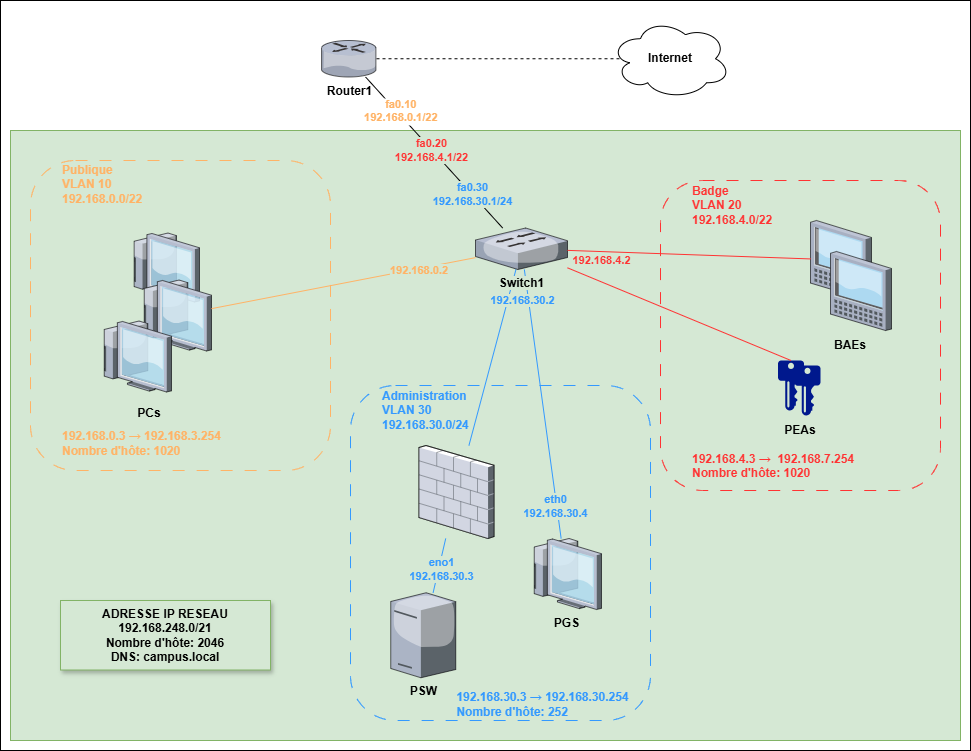
Before: PartieCommune/Reseau/InfraReseau(finale).png, a diagram exported from draw.io (RobinMartineau/Acc-s-campus-). Source tidied: cells renumbered, new cells last; positions are measured from the earlier drawing's top-left corner, leaving out a move shared by most shapes. The source it was exported from:
```xml
<mxGraphModel>
  <root>
    <mxCell id="0" />
    <mxCell id="1" parent="0" />
    <mxCell id="2" style="rounded=0;whiteSpace=wrap;html=1;" parent="1" vertex="1">
      <mxGeometry width="970" height="750" as="geometry" />
    </mxCell>
    <mxCell id="3" style="rounded=0;whiteSpace=wrap;html=1;fillColor=#d5e8d4;strokeColor=#82b366;" parent="1" vertex="1">
      <mxGeometry x="10" y="130" width="950" height="610" as="geometry" />
    </mxCell>
    <mxCell id="4" style="rounded=1;whiteSpace=wrap;html=1;fillColor=none;dashed=1;dashPattern=12 12;strokeColor=#FFB366;" parent="1" vertex="1">
      <mxGeometry x="30" y="160" width="300" height="310" as="geometry" />
    </mxCell>
    <mxCell id="5" style="rounded=1;whiteSpace=wrap;html=1;fillColor=none;dashed=1;dashPattern=12 12;strokeColor=#3399FF;" parent="1" vertex="1">
      <mxGeometry x="350" y="385" width="300" height="335" as="geometry" />
    </mxCell>
    <mxCell id="6" style="rounded=1;whiteSpace=wrap;html=1;dashed=1;dashPattern=12 12;fillColor=none;strokeColor=#FF3333;fontStyle=0;strokeWidth=1;perimeterSpacing=0;" parent="1" vertex="1">
      <mxGeometry x="660" y="180" width="280" height="310" as="geometry" />
    </mxCell>
    <mxCell id="7" style="shadow=0;dashed=0;html=1;strokeColor=none;labelPosition=center;verticalLabelPosition=bottom;verticalAlign=top;align=center;fillColor=#00188D;shape=mxgraph.mscae.enterprise.key_permissions;" parent="1" vertex="1">
      <mxGeometry x="777.5" y="360" width="26" height="50" as="geometry" />
    </mxCell>
    <mxCell id="8" value="&lt;b&gt;PGS&lt;/b&gt;" style="verticalLabelPosition=bottom;sketch=0;html=1;verticalAlign=top;strokeColor=none;align=center;outlineConnect=0;shape=mxgraph.citrix.thin_client;" parent="1" vertex="1">
      <mxGeometry x="530" y="538" width="71" height="71" as="geometry" />
    </mxCell>
    <mxCell id="9" style="shadow=0;dashed=0;html=1;strokeColor=none;labelPosition=center;verticalLabelPosition=bottom;verticalAlign=top;align=center;fillColor=#00188D;shape=mxgraph.mscae.enterprise.key_permissions;" parent="1" vertex="1">
      <mxGeometry x="794" y="365" width="26" height="50" as="geometry" />
    </mxCell>
    <mxCell id="10" value="&lt;span&gt;ADRESSE IP RESEAU 192.168.248.0/21&lt;/span&gt;&lt;div&gt;&lt;span&gt;Nombre d'hôte:&amp;nbsp;&lt;/span&gt;&lt;span style=&quot;background-color: transparent; color: light-dark(rgb(0, 0, 0), rgb(255, 255, 255));&quot;&gt;2046&lt;/span&gt;&lt;/div&gt;&lt;div&gt;&lt;span style=&quot;background-color: transparent; color: light-dark(rgb(0, 0, 0), rgb(255, 255, 255));&quot;&gt;DNS: campus.local&lt;/span&gt;&lt;/div&gt;" style="text;html=1;align=center;verticalAlign=middle;whiteSpace=wrap;rounded=0;fontStyle=1;fillColor=#d5e8d4;strokeColor=#82b366;shadow=1;" parent="1" vertex="1">
      <mxGeometry x="60" y="600" width="210" height="69.5" as="geometry" />
    </mxCell>
    <mxCell id="11" style="verticalLabelPosition=bottom;sketch=0;html=1;verticalAlign=top;strokeColor=none;align=center;outlineConnect=0;shape=mxgraph.citrix.tablet_1;" parent="1" vertex="1">
      <mxGeometry x="810" y="220" width="61" height="79" as="geometry" />
    </mxCell>
    <mxCell id="12" style="endArrow=none;html=1;rounded=0;strokeColor=#3399FF;" parent="1" edge="1" source="8" target="16">
      <mxGeometry relative="1" as="geometry" />
    </mxCell>
    <mxCell id="13" value="eth0&lt;div&gt;192.168.30.4&lt;/div&gt;" style="edgeLabel;html=1;align=center;verticalAlign=middle;labelBackgroundColor=light-dark(#d5e8d4, #214210);fontStyle=1;fontColor=#3399FF;" parent="12" vertex="1">
      <mxGeometry x="0.15" y="-2" relative="1" as="geometry">
        <mxPoint x="13" y="122" as="offset" />
      </mxGeometry>
    </mxCell>
    <mxCell id="14" style="endArrow=none;html=1;rounded=0;strokeColor=#3399FF;" parent="1" edge="1" source="40" target="16">
      <mxGeometry relative="1" as="geometry" />
    </mxCell>
    <mxCell id="15" value="192.168.30.2" style="edgeLabel;html=1;align=center;verticalAlign=middle;fontStyle=1;fontColor=#3399FF;labelBackgroundColor=#D5E8D4;" parent="14" vertex="1">
      <mxGeometry x="0.23" y="3" relative="1" as="geometry">
        <mxPoint x="27" y="-37" as="offset" />
      </mxGeometry>
    </mxCell>
    <mxCell id="16" value="&lt;b style=&quot;background-color: light-dark(rgb(213, 232, 212), rgb(237, 237, 237));&quot;&gt;Switch1&lt;/b&gt;" style="verticalLabelPosition=bottom;sketch=0;html=1;verticalAlign=top;strokeColor=none;align=center;outlineConnect=0;shape=mxgraph.citrix.switch;" parent="1" vertex="1">
      <mxGeometry x="475" y="227.5" width="92" height="41.5" as="geometry" />
    </mxCell>
    <mxCell id="17" style="endArrow=none;html=1;rounded=0;strokeColor=#FF3333;" parent="1" edge="1" source="16" target="11">
      <mxGeometry relative="1" as="geometry" />
    </mxCell>
    <mxCell id="18" value="&lt;b&gt;&lt;font style=&quot;&quot;&gt;192.168.4.2&lt;/font&gt;&lt;/b&gt;" style="edgeLabel;html=1;align=center;verticalAlign=middle;fontColor=#FF3333;labelBackgroundColor=#D5E8D4;" parent="17" vertex="1">
      <mxGeometry x="-0.79" y="-1" relative="1" as="geometry">
        <mxPoint x="9" y="8" as="offset" />
      </mxGeometry>
    </mxCell>
    <mxCell id="19" value="&lt;b&gt;PSW&lt;/b&gt;" style="verticalLabelPosition=bottom;sketch=0;html=1;verticalAlign=top;strokeColor=none;align=center;outlineConnect=0;shape=mxgraph.citrix.tower_server;" parent="1" vertex="1">
      <mxGeometry x="390.2" y="592.2" width="65" height="85" as="geometry" />
    </mxCell>
    <mxCell id="20" value="&lt;b&gt;Router1&lt;/b&gt;" style="verticalLabelPosition=bottom;sketch=0;html=1;verticalAlign=top;strokeColor=none;align=center;outlineConnect=0;shape=mxgraph.citrix.router;" parent="1" vertex="1">
      <mxGeometry x="321" y="40" width="55" height="36.5" as="geometry" />
    </mxCell>
    <mxCell id="21" style="endArrow=none;html=1;rounded=0;" parent="1" edge="1" source="16" target="20">
      <mxGeometry relative="1" as="geometry" />
    </mxCell>
    <mxCell id="22" value="fa0.10&#10;192.168.0.1/22" style="edgeLabel;align=center;verticalAlign=middle;labelBackgroundColor=default;textShadow=0;fontStyle=1;fontColor=#FFB366;" parent="21" vertex="1">
      <mxGeometry x="0.28" y="2" relative="1" as="geometry">
        <mxPoint x="-13" y="-23" as="offset" />
      </mxGeometry>
    </mxCell>
    <mxCell id="23" value="&lt;font style=&quot;&quot;&gt;&lt;span style=&quot;font-weight: 700;&quot;&gt;fa0.20&lt;/span&gt;&lt;br style=&quot;padding: 0px; margin: 0px; font-weight: 700;&quot;&gt;&lt;span style=&quot;font-weight: 700;&quot;&gt;192.168.4.1/22&lt;/span&gt;&lt;/font&gt;" style="edgeLabel;html=1;align=center;verticalAlign=middle;fontColor=#FF3333;labelBackgroundColor=#D5E8D4;" parent="21" vertex="1">
      <mxGeometry x="-0.52" y="1" relative="1" as="geometry">
        <mxPoint x="-38" y="-42" as="offset" />
      </mxGeometry>
    </mxCell>
    <mxCell id="24" value="&lt;span style=&quot;font-weight: 700;&quot;&gt;fa0.30&lt;/span&gt;&lt;br style=&quot;padding: 0px; margin: 0px; font-weight: 700;&quot;&gt;&lt;span style=&quot;font-weight: 700;&quot;&gt;192.168.30.1/24&lt;/span&gt;" style="edgeLabel;html=1;align=center;verticalAlign=middle;fontColor=#3399FF;labelBackgroundColor=#D5E8D4;" parent="21" vertex="1">
      <mxGeometry x="-0.54" relative="1" as="geometry" />
    </mxCell>
    <mxCell id="25" value="192.168.4.3 →&amp;nbsp; 192.168.7.254&amp;nbsp;&lt;div&gt;Nombre d'hôte: 1020&lt;/div&gt;" style="text;whiteSpace=wrap;html=1;fontColor=#FF3333;fontStyle=1;" parent="1" vertex="1">
      <mxGeometry x="690" y="445" width="230" height="40" as="geometry" />
    </mxCell>
    <mxCell id="26" value="&lt;div&gt;Badge&lt;/div&gt;VLAN 20&lt;div&gt;192.168.4.0/22&lt;/div&gt;" style="text;html=1;align=left;verticalAlign=middle;whiteSpace=wrap;rounded=0;fontColor=#FF3333;fontStyle=1;" parent="1" vertex="1">
      <mxGeometry x="690" y="190" width="120" height="30" as="geometry" />
    </mxCell>
    <mxCell id="27" style="endArrow=none;html=1;rounded=0;entryX=0.5;entryY=0;entryDx=0;entryDy=0;entryPerimeter=0;strokeColor=#FF3333;" parent="1" edge="1" source="16" target="7">
      <mxGeometry relative="1" as="geometry" />
    </mxCell>
    <mxCell id="28" style="verticalLabelPosition=bottom;sketch=0;html=1;verticalAlign=top;strokeColor=none;align=center;shape=mxgraph.citrix.tablet_1;" parent="1" vertex="1">
      <mxGeometry x="830" y="251" width="61" height="79" as="geometry" />
    </mxCell>
    <mxCell id="29" value="&lt;span style=&quot;text-wrap-mode: nowrap;&quot;&gt;BAEs&lt;/span&gt;" style="text;html=1;align=center;verticalAlign=middle;whiteSpace=wrap;rounded=0;fontStyle=1;" parent="1" vertex="1">
      <mxGeometry x="820" y="330" width="60" height="30" as="geometry" />
    </mxCell>
    <mxCell id="30" value="PEAs" style="text;html=1;align=center;verticalAlign=middle;whiteSpace=wrap;rounded=0;fontStyle=1;" parent="1" vertex="1">
      <mxGeometry x="770" y="415" width="60" height="30" as="geometry" />
    </mxCell>
    <mxCell id="31" value="Publique&lt;div&gt;&lt;font&gt;VLAN 10&lt;/font&gt;&lt;/div&gt;&lt;div&gt;&lt;font&gt;192.168.0.0/22&lt;/font&gt;&lt;/div&gt;" style="text;html=1;align=left;verticalAlign=middle;whiteSpace=wrap;rounded=0;fontStyle=1;fontColor=#FFB366;" parent="1" vertex="1">
      <mxGeometry x="60" y="169" width="60" height="30" as="geometry" />
    </mxCell>
    <mxCell id="32" value="PCs" style="text;html=1;align=center;verticalAlign=middle;whiteSpace=wrap;rounded=0;fontStyle=1;" parent="1" vertex="1">
      <mxGeometry x="119" y="397.5" width="60" height="30" as="geometry" />
    </mxCell>
    <mxCell id="33" value="Administration&lt;div&gt;VLAN 30&lt;/div&gt;&lt;div&gt;192.168.30.0/24&lt;/div&gt;" style="text;html=1;align=left;verticalAlign=middle;whiteSpace=wrap;rounded=0;fontColor=#3399FF;fontStyle=1;" parent="1" vertex="1">
      <mxGeometry x="380" y="395" width="60" height="30" as="geometry" />
    </mxCell>
    <mxCell id="34" style="verticalLabelPosition=bottom;sketch=0;html=1;verticalAlign=top;strokeColor=none;align=center;shape=mxgraph.citrix.thin_client;" parent="1" vertex="1">
      <mxGeometry x="130" y="232.5" width="69" height="69" as="geometry" />
    </mxCell>
    <mxCell id="35" style="verticalLabelPosition=bottom;sketch=0;html=1;verticalAlign=top;strokeColor=none;align=center;outlineConnect=0;shape=mxgraph.citrix.thin_client;" parent="1" vertex="1">
      <mxGeometry x="140" y="279.5" width="71" height="71" as="geometry" />
    </mxCell>
    <mxCell id="36" style="verticalLabelPosition=bottom;sketch=0;html=1;verticalAlign=top;strokeColor=none;align=center;shape=mxgraph.citrix.thin_client;" parent="1" vertex="1">
      <mxGeometry x="100" y="320.5" width="71" height="71" as="geometry" />
    </mxCell>
    <mxCell id="37" style="endArrow=none;html=1;rounded=0;strokeColor=#FFB366;" parent="1" edge="1" source="35" target="16">
      <mxGeometry relative="1" as="geometry" />
    </mxCell>
    <mxCell id="38" value="&lt;font style=&quot;color: rgb(255, 179, 102);&quot;&gt;&lt;b&gt;192.168.0.2&lt;/b&gt;&lt;/font&gt;" style="edgeLabel;html=1;align=center;verticalAlign=middle;labelBackgroundColor=light-dark(#d5e8d4, #214210);whiteSpace=wrap;" parent="37" vertex="1">
      <mxGeometry x="0.52" y="1" relative="1" as="geometry">
        <mxPoint x="7" y="1" as="offset" />
      </mxGeometry>
    </mxCell>
    <mxCell id="39" value="&lt;b&gt;Internet&lt;/b&gt;" style="ellipse;shape=cloud;whiteSpace=wrap;html=1;" parent="1" vertex="1">
      <mxGeometry x="610" y="18.2" width="120" height="80" as="geometry" />
    </mxCell>
    <mxCell id="40" style="verticalLabelPosition=bottom;sketch=0;html=1;verticalAlign=top;strokeColor=none;align=center;outlineConnect=0;shape=mxgraph.citrix.firewall;" parent="1" vertex="1">
      <mxGeometry x="418.5" y="445" width="75" height="93" as="geometry" />
    </mxCell>
    <mxCell id="41" style="endArrow=none;html=1;rounded=0;strokeColor=#3399FF;" parent="1" edge="1" source="19" target="40">
      <mxGeometry relative="1" as="geometry" />
    </mxCell>
    <mxCell id="42" value="eno1&lt;div&gt;192.168.30.3&lt;/div&gt;" style="edgeLabel;html=1;align=center;verticalAlign=middle;labelBackgroundColor=light-dark(#d5e8d4, #32b532);fontStyle=1;fontColor=#3399FF;" parent="41" vertex="1">
      <mxGeometry x="0.17" y="-2" relative="1" as="geometry">
        <mxPoint x="-2" y="8" as="offset" />
      </mxGeometry>
    </mxCell>
    <mxCell id="43" style="endArrow=none;dashed=1;html=1;rounded=0;entryX=0.083;entryY=0.5;entryDx=0;entryDy=0;entryPerimeter=0;" parent="1" edge="1" source="20" target="39">
      <mxGeometry relative="1" as="geometry" />
    </mxCell>
    <mxCell id="44" value="192.168.0.3 → 192.168.3.254&lt;br&gt;&lt;div&gt;Nombre d'hôte: 1020&lt;/div&gt;" style="text;html=1;align=left;verticalAlign=middle;whiteSpace=wrap;rounded=0;fontStyle=1;fontColor=#FFB366;" parent="1" vertex="1">
      <mxGeometry x="60" y="427.5" width="200" height="30" as="geometry" />
    </mxCell>
    <mxCell id="45" value="&lt;span style=&quot;text-align: left;&quot;&gt;192.168.30.3 → 192.168.30.254&lt;/span&gt;&lt;br style=&quot;text-align: left;&quot;&gt;&lt;div style=&quot;text-align: left;&quot;&gt;Nombre d'hôte: 252&lt;/div&gt;" style="text;html=1;align=center;verticalAlign=middle;whiteSpace=wrap;rounded=0;fontColor=#3399FF;fontStyle=1;" parent="1" vertex="1">
      <mxGeometry x="430" y="688.6" width="225" height="30" as="geometry" />
    </mxCell>
  </root>
</mxGraphModel>
```
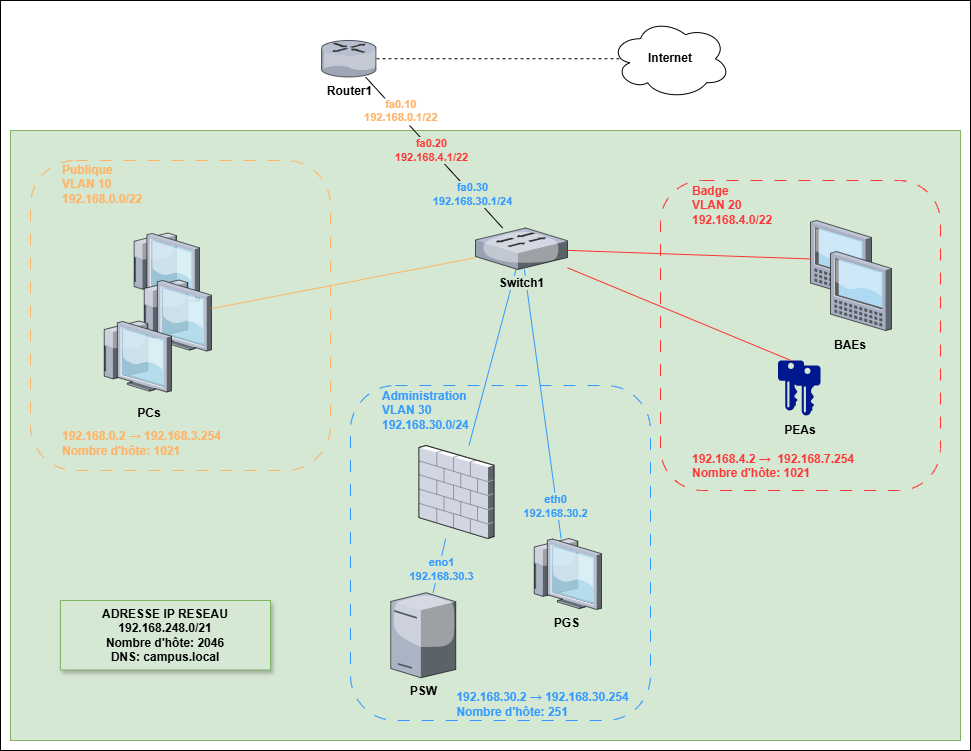
After the change.

Commit message:
Modif du schemas reseau

The edit, as a diff of the source:
```diff
@@ -35,7 +35,7 @@
     <mxCell id="12" style="endArrow=none;html=1;rounded=0;strokeColor=#3399FF;" parent="1" edge="1" source="8" target="16">
       <mxGeometry relative="1" as="geometry" />
     </mxCell>
-    <mxCell id="13" value="eth0&lt;div&gt;192.168.30.4&lt;/div&gt;" style="edgeLabel;html=1;align=center;verticalAlign=middle;labelBackgroundColor=light-dark(#d5e8d4, #214210);fontStyle=1;fontColor=#3399FF;" parent="12" vertex="1">
+    <mxCell id="13" value="eth0&lt;div&gt;192.168.30.2&lt;/div&gt;" style="edgeLabel;html=1;align=center;verticalAlign=middle;labelBackgroundColor=light-dark(#d5e8d4, #214210);fontStyle=1;fontColor=#3399FF;" parent="12" vertex="1">
       <mxGeometry x="0.15" y="-2" relative="1" as="geometry">
         <mxPoint x="13" y="122" as="offset" />
       </mxGeometry>
@@ -43,22 +43,12 @@
     <mxCell id="14" style="endArrow=none;html=1;rounded=0;strokeColor=#3399FF;" parent="1" edge="1" source="40" target="16">
       <mxGeometry relative="1" as="geometry" />
     </mxCell>
-    <mxCell id="15" value="192.168.30.2" style="edgeLabel;html=1;align=center;verticalAlign=middle;fontStyle=1;fontColor=#3399FF;labelBackgroundColor=#D5E8D4;" parent="14" vertex="1">
-      <mxGeometry x="0.23" y="3" relative="1" as="geometry">
-        <mxPoint x="27" y="-37" as="offset" />
-      </mxGeometry>
-    </mxCell>
     <mxCell id="16" value="&lt;b style=&quot;background-color: light-dark(rgb(213, 232, 212), rgb(237, 237, 237));&quot;&gt;Switch1&lt;/b&gt;" style="verticalLabelPosition=bottom;sketch=0;html=1;verticalAlign=top;strokeColor=none;align=center;outlineConnect=0;shape=mxgraph.citrix.switch;" parent="1" vertex="1">
       <mxGeometry x="475" y="227.5" width="92" height="41.5" as="geometry" />
     </mxCell>
     <mxCell id="17" style="endArrow=none;html=1;rounded=0;strokeColor=#FF3333;" parent="1" edge="1" source="16" target="11">
       <mxGeometry relative="1" as="geometry" />
     </mxCell>
-    <mxCell id="18" value="&lt;b&gt;&lt;font style=&quot;&quot;&gt;192.168.4.2&lt;/font&gt;&lt;/b&gt;" style="edgeLabel;html=1;align=center;verticalAlign=middle;fontColor=#FF3333;labelBackgroundColor=#D5E8D4;" parent="17" vertex="1">
-      <mxGeometry x="-0.79" y="-1" relative="1" as="geometry">
-        <mxPoint x="9" y="8" as="offset" />
-      </mxGeometry>
-    </mxCell>
     <mxCell id="19" value="&lt;b&gt;PSW&lt;/b&gt;" style="verticalLabelPosition=bottom;sketch=0;html=1;verticalAlign=top;strokeColor=none;align=center;outlineConnect=0;shape=mxgraph.citrix.tower_server;" parent="1" vertex="1">
       <mxGeometry x="390.2" y="592.2" width="65" height="85" as="geometry" />
     </mxCell>
@@ -81,7 +71,7 @@
     <mxCell id="24" value="&lt;span style=&quot;font-weight: 700;&quot;&gt;fa0.30&lt;/span&gt;&lt;br style=&quot;padding: 0px; margin: 0px; font-weight: 700;&quot;&gt;&lt;span style=&quot;font-weight: 700;&quot;&gt;192.168.30.1/24&lt;/span&gt;" style="edgeLabel;html=1;align=center;verticalAlign=middle;fontColor=#3399FF;labelBackgroundColor=#D5E8D4;" parent="21" vertex="1">
       <mxGeometry x="-0.54" relative="1" as="geometry" />
     </mxCell>
-    <mxCell id="25" value="192.168.4.3 →&amp;nbsp; 192.168.7.254&amp;nbsp;&lt;div&gt;Nombre d'hôte: 1020&lt;/div&gt;" style="text;whiteSpace=wrap;html=1;fontColor=#FF3333;fontStyle=1;" parent="1" vertex="1">
+    <mxCell id="25" value="192.168.4.2 →&amp;nbsp; 192.168.7.254&amp;nbsp;&lt;div&gt;Nombre d'hôte: 1021&lt;/div&gt;" style="text;whiteSpace=wrap;html=1;fontColor=#FF3333;fontStyle=1;" parent="1" vertex="1">
       <mxGeometry x="690" y="445" width="230" height="40" as="geometry" />
     </mxCell>
     <mxCell id="26" value="&lt;div&gt;Badge&lt;/div&gt;VLAN 20&lt;div&gt;192.168.4.0/22&lt;/div&gt;" style="text;html=1;align=left;verticalAlign=middle;whiteSpace=wrap;rounded=0;fontColor=#FF3333;fontStyle=1;" parent="1" vertex="1">
@@ -120,11 +110,6 @@
     <mxCell id="37" style="endArrow=none;html=1;rounded=0;strokeColor=#FFB366;" parent="1" edge="1" source="35" target="16">
       <mxGeometry relative="1" as="geometry" />
     </mxCell>
-    <mxCell id="38" value="&lt;font style=&quot;color: rgb(255, 179, 102);&quot;&gt;&lt;b&gt;192.168.0.2&lt;/b&gt;&lt;/font&gt;" style="edgeLabel;html=1;align=center;verticalAlign=middle;labelBackgroundColor=light-dark(#d5e8d4, #214210);whiteSpace=wrap;" parent="37" vertex="1">
-      <mxGeometry x="0.52" y="1" relative="1" as="geometry">
-        <mxPoint x="7" y="1" as="offset" />
-      </mxGeometry>
-    </mxCell>
     <mxCell id="39" value="&lt;b&gt;Internet&lt;/b&gt;" style="ellipse;shape=cloud;whiteSpace=wrap;html=1;" parent="1" vertex="1">
       <mxGeometry x="610" y="18.2" width="120" height="80" as="geometry" />
     </mxCell>
@@ -142,10 +127,10 @@
     <mxCell id="43" style="endArrow=none;dashed=1;html=1;rounded=0;entryX=0.083;entryY=0.5;entryDx=0;entryDy=0;entryPerimeter=0;" parent="1" edge="1" source="20" target="39">
       <mxGeometry relative="1" as="geometry" />
     </mxCell>
-    <mxCell id="44" value="192.168.0.3 → 192.168.3.254&lt;br&gt;&lt;div&gt;Nombre d'hôte: 1020&lt;/div&gt;" style="text;html=1;align=left;verticalAlign=middle;whiteSpace=wrap;rounded=0;fontStyle=1;fontColor=#FFB366;" parent="1" vertex="1">
+    <mxCell id="44" value="192.168.0.2 → 192.168.3.254&lt;br&gt;&lt;div&gt;Nombre d'hôte: 1021&lt;/div&gt;" style="text;html=1;align=left;verticalAlign=middle;whiteSpace=wrap;rounded=0;fontStyle=1;fontColor=#FFB366;" parent="1" vertex="1">
       <mxGeometry x="60" y="427.5" width="200" height="30" as="geometry" />
     </mxCell>
-    <mxCell id="45" value="&lt;span style=&quot;text-align: left;&quot;&gt;192.168.30.3 → 192.168.30.254&lt;/span&gt;&lt;br style=&quot;text-align: left;&quot;&gt;&lt;div style=&quot;text-align: left;&quot;&gt;Nombre d'hôte: 252&lt;/div&gt;" style="text;html=1;align=center;verticalAlign=middle;whiteSpace=wrap;rounded=0;fontColor=#3399FF;fontStyle=1;" parent="1" vertex="1">
+    <mxCell id="45" value="&lt;span style=&quot;text-align: left;&quot;&gt;192.168.30.2 → 192.168.30.254&lt;/span&gt;&lt;br style=&quot;text-align: left;&quot;&gt;&lt;div style=&quot;text-align: left;&quot;&gt;Nombre d'hôte: 251&lt;/div&gt;" style="text;html=1;align=center;verticalAlign=middle;whiteSpace=wrap;rounded=0;fontColor=#3399FF;fontStyle=1;" parent="1" vertex="1">
       <mxGeometry x="430" y="688.6" width="225" height="30" as="geometry" />
     </mxCell>
   </root>
```
